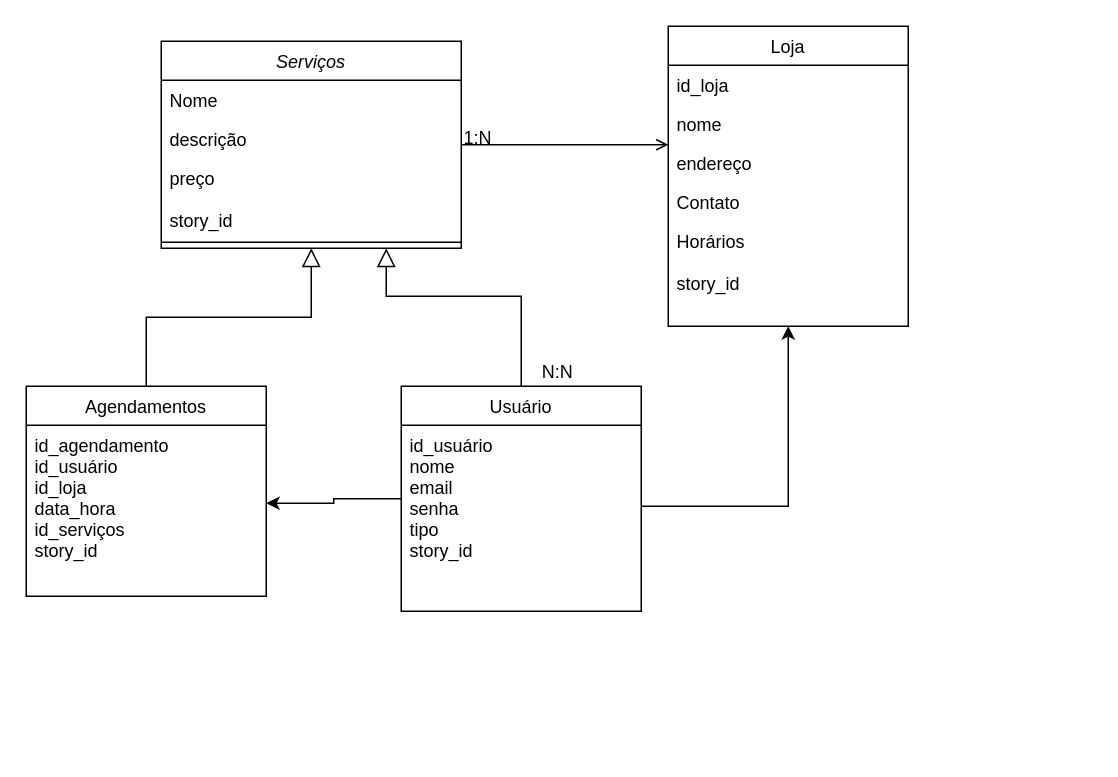
leozin-amaral18/Ti2-Backend keeps this draw.io diagram as Diagrama sem nome.drawio. Above is the earlier version. Source tidied: cells renumbered, new cells numbered last; positions are measured from the earlier drawing's top-left corner, leaving out a move shared by most shapes. Both pictures are drawn from the tidied source at 150%, with x=0, y=0 at pixel (26, 26).
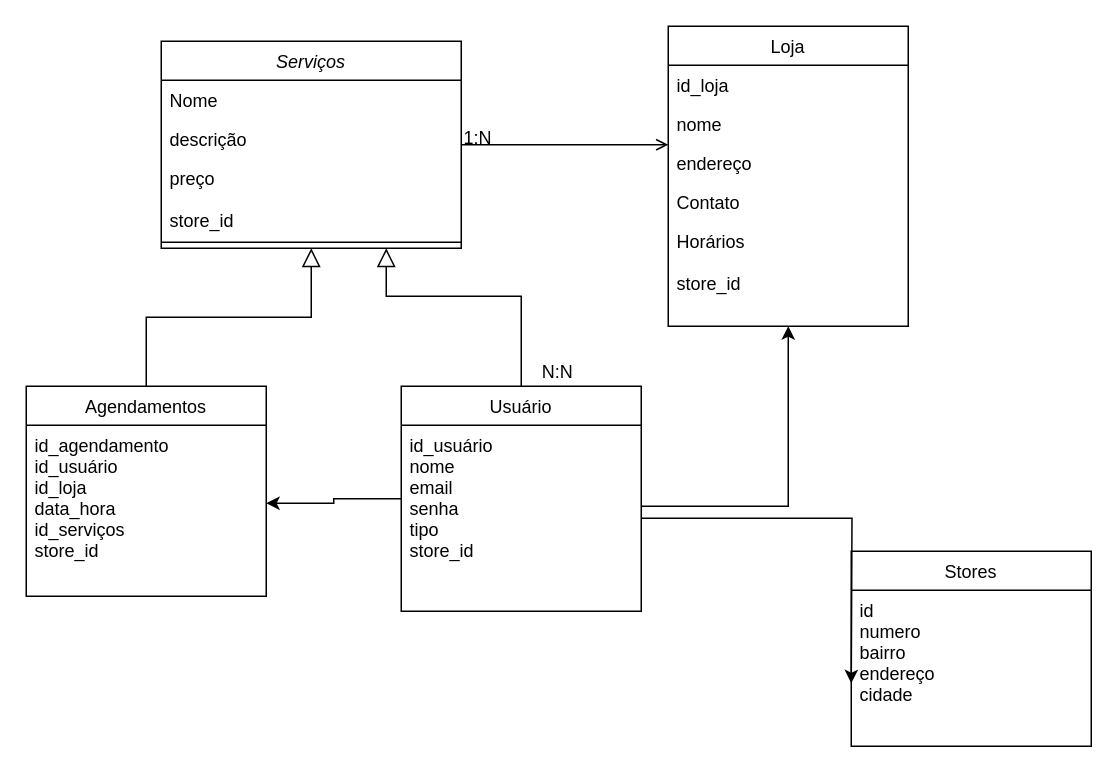
The same page after the edit.

The change refers to these unchanged cells:
```xml
<mxCell id="2" value="Serviços" style="swimlane;fontStyle=2;align=center;verticalAlign=top;horizontal=1;startSize=26;rounded=0;shadow=0;strokeWidth=1;" parent="1" vertex="1">
  <mxGeometry x="90" y="10" width="200" height="138" as="geometry" />
</mxCell>
<mxCell id="6" value="Agendamentos" style="swimlane;fontStyle=0;align=center;verticalAlign=top;horizontal=1;startSize=26;rounded=0;shadow=0;strokeWidth=1;" parent="1" vertex="1">
  <mxGeometry y="240" width="160" height="140" as="geometry" />
</mxCell>
<mxCell id="10" value="Usuário" style="swimlane;fontStyle=0;align=center;verticalAlign=top;horizontal=1;startSize=26;rounded=0;shadow=0;strokeWidth=1;" parent="1" vertex="1">
  <mxGeometry x="250" y="240" width="160" height="150" as="geometry" />
</mxCell>
<mxCell id="13" value="Loja" style="swimlane;fontStyle=0;align=center;verticalAlign=top;horizontal=1;startSize=26;rounded=0;shadow=0;strokeWidth=1;" parent="1" vertex="1">
  <mxGeometry x="428" width="160" height="200" as="geometry" />
</mxCell>
```

Change to the diagram source:
```diff
@@
-    <mxCell id="5" value="preço&#10;&#10;story_id" style="text;align=left;verticalAlign=top;spacingLeft=4;spacingRight=4;overflow=hidden;rounded=0;shadow=0;html=0;" parent="2" vertex="1">
+    <mxCell id="5" value="preço&#10;&#10;store_id" style="text;align=left;verticalAlign=top;spacingLeft=4;spacingRight=4;overflow=hidden;rounded=0;shadow=0;html=0;" parent="2" vertex="1">
       <mxGeometry y="78" width="200" height="52" as="geometry" />
     </mxCell>
@@
-    <mxCell id="7" value="id_agendamento&#10;id_usuário&#10;id_loja&#10;data_hora&#10;id_serviços&#10;story_id&#10;" style="text;align=left;verticalAlign=top;spacingLeft=4;spacingRight=4;overflow=hidden;points=[[0,0.5],[1,0.5]];portConstraint=eastwest;" parent="6" vertex="1">
+    <mxCell id="7" value="id_agendamento&#10;id_usuário&#10;id_loja&#10;data_hora&#10;id_serviços&#10;store_id&#10;" style="text;align=left;verticalAlign=top;spacingLeft=4;spacingRight=4;overflow=hidden;points=[[0,0.5],[1,0.5]];portConstraint=eastwest;" parent="6" vertex="1">
       <mxGeometry y="26" width="160" height="104" as="geometry" />
     </mxCell>
@@
-    <mxCell id="11" value="id_usuário&#10;nome&#10;email&#10;senha&#10;tipo&#10;story_id" style="text;align=left;verticalAlign=top;spacingLeft=4;spacingRight=4;overflow=hidden;points=[[0,0.5],[1,0.5]];portConstraint=eastwest;" parent="10" vertex="1">
+    <mxCell id="11" value="id_usuário&#10;nome&#10;email&#10;senha&#10;tipo&#10;store_id" style="text;align=left;verticalAlign=top;spacingLeft=4;spacingRight=4;overflow=hidden;points=[[0,0.5],[1,0.5]];portConstraint=eastwest;" parent="10" vertex="1">
       <mxGeometry y="26" width="160" height="124" as="geometry" />
     </mxCell>
@@
-    <mxCell id="18" value="Horários&#10;&#10;story_id" style="text;align=left;verticalAlign=top;spacingLeft=4;spacingRight=4;overflow=hidden;rounded=0;shadow=0;html=0;" parent="13" vertex="1">
+    <mxCell id="18" value="Horários&#10;&#10;store_id" style="text;align=left;verticalAlign=top;spacingLeft=4;spacingRight=4;overflow=hidden;rounded=0;shadow=0;html=0;" parent="13" vertex="1">
       <mxGeometry y="130" width="160" height="50" as="geometry" />
     </mxCell>
@@
+    <mxCell id="24" value="Stores" style="swimlane;fontStyle=0;align=center;verticalAlign=top;horizontal=1;startSize=26;rounded=0;shadow=0;strokeWidth=1;" parent="1" vertex="1">
+      <mxGeometry x="550" y="350" width="160" height="130" as="geometry" />
+    </mxCell>
+    <mxCell id="25" value="id&#10;numero&#10;bairro&#10;endereço&#10;cidade" style="text;align=left;verticalAlign=top;spacingLeft=4;spacingRight=4;overflow=hidden;" parent="24" vertex="1">
+      <mxGeometry y="26" width="160" height="104" as="geometry" />
+    </mxCell>
+    <mxCell id="26" style="edgeStyle=orthogonalEdgeStyle;rounded=0;jettySize=auto;html=1;" parent="1" edge="1" source="11">
+      <mxGeometry relative="1" as="geometry">
+        <mxPoint x="550" y="438" as="targetPoint" />
+      </mxGeometry>
+    </mxCell>
```
